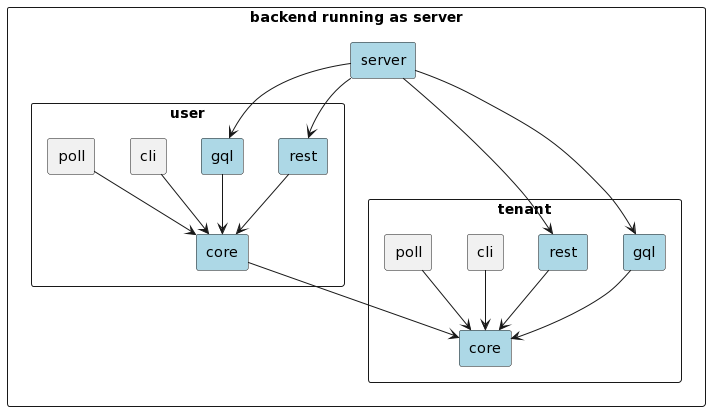
This is images/posts/backend-running-as-server.png from maxh/maxheinritz.com, a PlantUML export, as it was before one commit.
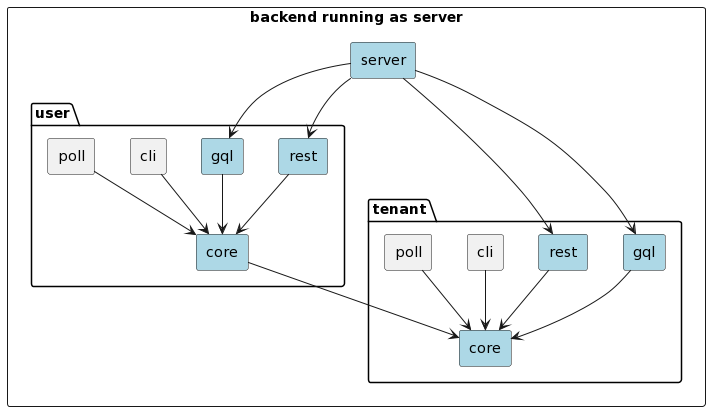
The same file after the commit.

Diff of the diagram source:
```diff
@@ -8,7 +8,7 @@
 component "backend running as server" {
   component server #LightBlue
 
-  component user {
+  package user {
     component [rest] as rest_user #LightBlue
     component [gql] as gql_user #LightBlue
     component [cli] as cli_user
@@ -16,7 +16,7 @@
     component [core] as core_user #LightBlue
   }
 
-  component tenant {
+  package tenant {
 
     component [rest] as rest_tenant #LightBlue
     component [gql] as gql_tenant #LightBlue
```
